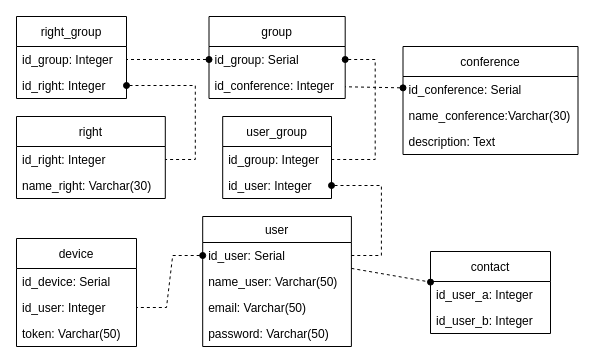
Before: ТОАУ/ЛР4/2.drawio in eldarian-1/pstu, a draw.io diagram. Source tidied: cells renumbered, new cells numbered last; positions are measured from the earlier drawing's top-left corner, leaving out a move shared by most shapes. Both pictures are drawn from the tidied source at 100%, with x=0, y=0 at pixel (16, 16).
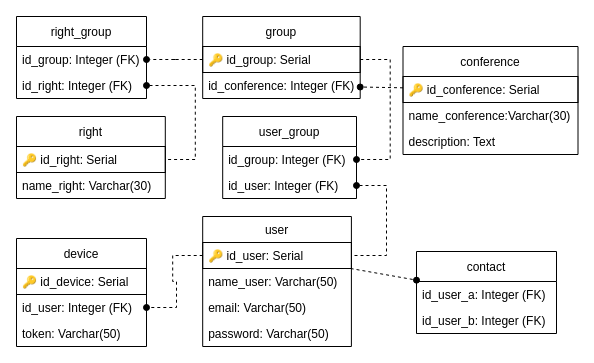
The same diagram, later.

The change refers to these unchanged cells:
```xml
<mxCell id="5" value="user" style="swimlane;fontStyle=0;horizontal=1;startSize=26;fillColor=none;" parent="1" vertex="1">
  <mxGeometry x="186.2" y="200" width="148.7" height="130" as="geometry" />
</mxCell>
<mxCell id="13" value="right" style="swimlane;fontStyle=0;horizontal=1;startSize=30;fillColor=none;" parent="1" vertex="1">
  <mxGeometry y="100" width="148.8" height="82" as="geometry" />
</mxCell>
<mxCell id="20" value="conference" style="swimlane;fontStyle=0;horizontal=1;startSize=30;fillColor=none;" parent="1" vertex="1">
  <mxGeometry x="386.5" y="30" width="175" height="108" as="geometry" />
</mxCell>
```

Change to the diagram source:
```diff
@@
     <mxCell id="2" value="right_group" style="swimlane;fontStyle=0;horizontal=1;startSize=30;fillColor=none;" parent="1" vertex="1">
-      <mxGeometry width="110" height="82" as="geometry" />
+      <mxGeometry width="130" height="82" as="geometry" />
     </mxCell>
-    <mxCell id="3" value="id_group: Integer" style="text;strokeColor=none;fillColor=none;align=left;verticalAlign=top;spacingLeft=4;spacingRight=4;overflow=hidden;points=[[0,0.5],[1,0.5]];portConstraint=eastwest;" parent="2" vertex="1">
-      <mxGeometry y="30" width="110" height="26" as="geometry" />
-    </mxCell>
-    <mxCell id="4" value="id_right: Integer" style="text;strokeColor=none;fillColor=none;align=left;verticalAlign=top;spacingLeft=4;spacingRight=4;overflow=hidden;points=[[0,0.5],[1,0.5]];portConstraint=eastwest;" parent="2" vertex="1">
-      <mxGeometry y="56" width="110" height="26" as="geometry" />
-    </mxCell>
+    <mxCell id="37" value="id_group: Integer (FK)" style="text;strokeColor=none;fillColor=none;align=left;verticalAlign=top;spacingLeft=4;spacingRight=4;overflow=hidden;points=[[0,0.5],[1,0.5]];portConstraint=eastwest;" parent="2" vertex="1">
+      <mxGeometry y="30" width="130" height="26" as="geometry" />
+    </mxCell>
+    <mxCell id="38" value="id_right: Integer (FK)" style="text;strokeColor=none;fillColor=none;align=left;verticalAlign=top;spacingLeft=4;spacingRight=4;overflow=hidden;points=[[0,0.5],[1,0.5]];portConstraint=eastwest;" parent="2" vertex="1">
+      <mxGeometry y="56" width="130" height="26" as="geometry" />
+    </mxCell>
@@
-    <mxCell id="6" value="id_user: Serial" style="text;strokeColor=none;fillColor=none;align=left;verticalAlign=top;spacingLeft=4;spacingRight=4;overflow=hidden;points=[[0,0.5],[1,0.5]];portConstraint=eastwest;" parent="5" vertex="1">
-      <mxGeometry y="26" width="148.7" height="26" as="geometry" />
-    </mxCell>
+    <mxCell id="39" value="🔑 id_user: Serial" style="text;strokeColor=default;fillColor=none;align=left;verticalAlign=top;spacingLeft=4;spacingRight=4;overflow=hidden;points=[[0,0.5],[1,0.5]];portConstraint=eastwest;" parent="5" vertex="1">
+      <mxGeometry y="26" width="148.7" height="26" as="geometry" />
+    </mxCell>
@@
     <mxCell id="10" value="contact" style="swimlane;fontStyle=0;horizontal=1;startSize=30;fillColor=none;" parent="1" vertex="1">
-      <mxGeometry x="414" y="235" width="120" height="82" as="geometry" />
+      <mxGeometry x="400" y="235" width="140" height="82" as="geometry" />
     </mxCell>
-    <mxCell id="11" value="id_user_a: Integer" style="text;strokeColor=none;fillColor=none;align=left;verticalAlign=top;spacingLeft=4;spacingRight=4;overflow=hidden;" parent="10" vertex="1">
-      <mxGeometry y="30" width="120" height="26" as="geometry" />
-    </mxCell>
-    <mxCell id="12" value="id_user_b: Integer" style="text;strokeColor=none;fillColor=none;align=left;verticalAlign=top;spacingLeft=4;spacingRight=4;overflow=hidden;" parent="10" vertex="1">
-      <mxGeometry y="56" width="120" height="26" as="geometry" />
-    </mxCell>
+    <mxCell id="40" value="id_user_a: Integer (FK)" style="text;strokeColor=none;fillColor=none;align=left;verticalAlign=top;spacingLeft=4;spacingRight=4;overflow=hidden;" parent="10" vertex="1">
+      <mxGeometry y="30" width="140" height="26" as="geometry" />
+    </mxCell>
+    <mxCell id="41" value="id_user_b: Integer (FK)" style="text;strokeColor=none;fillColor=none;align=left;verticalAlign=top;spacingLeft=4;spacingRight=4;overflow=hidden;" parent="10" vertex="1">
+      <mxGeometry y="56" width="140" height="26" as="geometry" />
+    </mxCell>
@@
-    <mxCell id="14" value="id_right: Integer" style="text;strokeColor=none;fillColor=none;align=left;verticalAlign=top;spacingLeft=4;spacingRight=4;overflow=hidden;points=[[0,0.5],[1,0.5]];portConstraint=eastwest;" parent="13" vertex="1">
-      <mxGeometry y="30" width="148.8" height="26" as="geometry" />
-    </mxCell>
+    <mxCell id="42" value="🔑 id_right: Serial" style="text;strokeColor=default;fillColor=none;align=left;verticalAlign=top;spacingLeft=4;spacingRight=4;overflow=hidden;points=[[0,0.5],[1,0.5]];portConstraint=eastwest;" parent="13" vertex="1">
+      <mxGeometry y="30" width="148.8" height="26" as="geometry" />
+    </mxCell>
@@
     <mxCell id="16" value="device" style="swimlane;fontStyle=0;horizontal=1;startSize=30;fillColor=none;" parent="1" vertex="1">
-      <mxGeometry y="222" width="120" height="108" as="geometry" />
+      <mxGeometry y="222" width="130" height="108" as="geometry" />
     </mxCell>
-    <mxCell id="17" value="id_device: Serial" style="text;strokeColor=none;fillColor=none;align=left;verticalAlign=top;spacingLeft=4;spacingRight=4;overflow=hidden;" parent="16" vertex="1">
-      <mxGeometry y="30" width="120" height="26" as="geometry" />
-    </mxCell>
-    <mxCell id="18" value="id_user: Integer" style="text;strokeColor=none;fillColor=none;align=left;verticalAlign=top;spacingLeft=4;spacingRight=4;overflow=hidden;points=[[0,0.5],[1,0.5]];portConstraint=eastwest;" parent="16" vertex="1">
-      <mxGeometry y="56" width="120" height="26" as="geometry" />
-    </mxCell>
+    <mxCell id="43" value="🔑 id_device: Serial" style="text;strokeColor=default;fillColor=none;align=left;verticalAlign=top;spacingLeft=4;spacingRight=4;overflow=hidden;" parent="16" vertex="1">
+      <mxGeometry y="30" width="130" height="26" as="geometry" />
+    </mxCell>
+    <mxCell id="44" value="id_user: Integer (FK)" style="text;strokeColor=none;fillColor=none;align=left;verticalAlign=top;spacingLeft=4;spacingRight=4;overflow=hidden;points=[[0,0.5],[1,0.5]];portConstraint=eastwest;" parent="16" vertex="1">
+      <mxGeometry y="56" width="130" height="26" as="geometry" />
+    </mxCell>
     <mxCell id="19" value="token: Varchar(50)" style="text;strokeColor=none;fillColor=none;align=left;verticalAlign=top;spacingLeft=4;spacingRight=4;overflow=hidden;" parent="16" vertex="1">
-      <mxGeometry y="82" width="120" height="26" as="geometry" />
+      <mxGeometry y="82" width="130" height="26" as="geometry" />
     </mxCell>
@@
-    <mxCell id="21" value="id_conference: Serial" style="text;strokeColor=none;fillColor=none;align=left;verticalAlign=top;spacingLeft=4;spacingRight=4;overflow=hidden;points=[[0,0.5],[1,0.5]];portConstraint=eastwest;" parent="20" vertex="1">
-      <mxGeometry y="30" width="175" height="26" as="geometry" />
-    </mxCell>
+    <mxCell id="45" value="🔑 id_conference: Serial" style="text;strokeColor=default;fillColor=none;align=left;verticalAlign=top;spacingLeft=4;spacingRight=4;overflow=hidden;points=[[0,0.5],[1,0.5]];portConstraint=eastwest;" parent="20" vertex="1">
+      <mxGeometry y="30" width="175" height="26" as="geometry" />
+    </mxCell>
@@
     <mxCell id="24" value="user_group" style="swimlane;fontStyle=0;horizontal=1;startSize=30;fillColor=none;" parent="1" vertex="1">
-      <mxGeometry x="206.2" y="100" width="108.8" height="82" as="geometry" />
+      <mxGeometry x="206.2" y="100" width="133.8" height="82" as="geometry" />
     </mxCell>
-    <mxCell id="25" value="id_group: Integer" style="text;strokeColor=none;fillColor=none;align=left;verticalAlign=top;spacingLeft=4;spacingRight=4;overflow=hidden;points=[[0,0.5],[1,0.5]];portConstraint=eastwest;" parent="24" vertex="1">
-      <mxGeometry y="30" width="108.8" height="26" as="geometry" />
-    </mxCell>
-    <mxCell id="26" value="id_user: Integer" style="text;strokeColor=none;fillColor=none;align=left;verticalAlign=top;spacingLeft=4;spacingRight=4;overflow=hidden;points=[[0,0.5],[1,0.5]];portConstraint=eastwest;" parent="24" vertex="1">
-      <mxGeometry y="56" width="108.8" height="26" as="geometry" />
-    </mxCell>
+    <mxCell id="46" value="id_group: Integer (FK)" style="text;strokeColor=none;fillColor=none;align=left;verticalAlign=top;spacingLeft=4;spacingRight=4;overflow=hidden;points=[[0,0.5],[1,0.5]];portConstraint=eastwest;" parent="24" vertex="1">
+      <mxGeometry y="30" width="133.8" height="26" as="geometry" />
+    </mxCell>
+    <mxCell id="47" value="id_user: Integer (FK)" style="text;strokeColor=none;fillColor=none;align=left;verticalAlign=top;spacingLeft=4;spacingRight=4;overflow=hidden;points=[[0,0.5],[1,0.5]];portConstraint=eastwest;" parent="24" vertex="1">
+      <mxGeometry y="56" width="133.8" height="26" as="geometry" />
+    </mxCell>
     <mxCell id="27" value="group" style="swimlane;fontStyle=0;horizontal=1;startSize=30;fillColor=none;" parent="1" vertex="1">
-      <mxGeometry x="192.5" width="136.2" height="82" as="geometry" />
+      <mxGeometry x="186.2" width="157.5" height="82" as="geometry" />
     </mxCell>
-    <mxCell id="28" value="id_group: Serial" style="text;strokeColor=none;fillColor=none;align=left;verticalAlign=top;spacingLeft=4;spacingRight=4;overflow=hidden;points=[[0,0.5],[1,0.5]];portConstraint=eastwest;" parent="27" vertex="1">
-      <mxGeometry y="30" width="136.2" height="26" as="geometry" />
-    </mxCell>
-    <mxCell id="29" value="id_conference: Integer" style="text;strokeColor=none;fillColor=none;align=left;verticalAlign=top;spacingLeft=4;spacingRight=4;overflow=hidden;points=[[0,0.5],[1,0.5]];portConstraint=eastwest;" parent="27" vertex="1">
-      <mxGeometry y="56" width="136.2" height="26" as="geometry" />
-    </mxCell>
-    <mxCell id="30" style="fontSize=12;html=1;endArrow=none;startArrow=oval;rounded=0;startFill=1;endFill=0;dashed=1;" parent="1" edge="1" source="21" target="29">
-      <mxGeometry relative="1" as="geometry" />
-    </mxCell>
-    <mxCell id="31" style="edgeStyle=entityRelationEdgeStyle;fontSize=12;html=1;endArrow=none;startArrow=oval;rounded=0;startFill=1;endFill=0;dashed=1;" parent="1" edge="1" source="28" target="3">
-      <mxGeometry relative="1" as="geometry" />
-    </mxCell>
-    <mxCell id="32" style="edgeStyle=entityRelationEdgeStyle;fontSize=12;html=1;endArrow=none;startArrow=oval;rounded=0;startFill=1;endFill=0;dashed=1;" parent="1" edge="1" source="28" target="25">
-      <mxGeometry relative="1" as="geometry" />
-    </mxCell>
-    <mxCell id="33" style="edgeStyle=entityRelationEdgeStyle;fontSize=12;html=1;endArrow=none;startArrow=oval;rounded=0;startFill=1;endFill=0;dashed=1;" parent="1" edge="1" source="26" target="6">
-      <mxGeometry relative="1" as="geometry" />
-    </mxCell>
-    <mxCell id="34" style="edgeStyle=entityRelationEdgeStyle;fontSize=12;html=1;endArrow=none;startArrow=oval;rounded=0;startFill=1;endFill=0;dashed=1;" parent="1" edge="1" source="4" target="14">
-      <mxGeometry relative="1" as="geometry" />
-    </mxCell>
-    <mxCell id="35" style="fontSize=12;html=1;endArrow=oval;startArrow=none;rounded=0;startFill=0;dashed=1;endFill=1;" parent="1" edge="1" source="6" target="10">
-      <mxGeometry relative="1" as="geometry" />
-    </mxCell>
-    <mxCell id="36" style="edgeStyle=entityRelationEdgeStyle;fontSize=12;html=1;endArrow=none;startArrow=oval;rounded=0;startFill=1;endFill=0;dashed=1;" parent="1" edge="1" source="6" target="18">
-      <mxGeometry relative="1" as="geometry" />
-    </mxCell>
+    <mxCell id="48" value="🔑 id_group: Serial" style="text;strokeColor=default;fillColor=none;align=left;verticalAlign=top;spacingLeft=4;spacingRight=4;overflow=hidden;points=[[0,0.5],[1,0.5]];portConstraint=eastwest;" parent="27" vertex="1">
+      <mxGeometry y="30" width="157.5" height="26" as="geometry" />
+    </mxCell>
+    <mxCell id="49" value="id_conference: Integer (FK)" style="text;strokeColor=none;fillColor=none;align=left;verticalAlign=top;spacingLeft=4;spacingRight=4;overflow=hidden;points=[[0,0.5],[1,0.5]];portConstraint=eastwest;" parent="27" vertex="1">
+      <mxGeometry y="56" width="157.5" height="26" as="geometry" />
+    </mxCell>
+    <mxCell id="50" style="fontSize=12;html=1;endArrow=oval;startArrow=none;rounded=0;startFill=0;endFill=1;dashed=1;" parent="1" edge="1" source="45" target="49">
+      <mxGeometry relative="1" as="geometry" />
+    </mxCell>
+    <mxCell id="51" style="edgeStyle=entityRelationEdgeStyle;fontSize=12;html=1;endArrow=oval;startArrow=none;rounded=0;startFill=0;endFill=1;dashed=1;" parent="1" edge="1" source="48" target="37">
+      <mxGeometry relative="1" as="geometry" />
+    </mxCell>
+    <mxCell id="52" style="edgeStyle=entityRelationEdgeStyle;fontSize=12;html=1;endArrow=oval;startArrow=none;rounded=0;startFill=0;endFill=1;dashed=1;" parent="1" edge="1" source="48" target="46">
+      <mxGeometry relative="1" as="geometry" />
+    </mxCell>
+    <mxCell id="53" style="edgeStyle=entityRelationEdgeStyle;fontSize=12;html=1;endArrow=none;startArrow=oval;rounded=0;startFill=1;endFill=0;dashed=1;" parent="1" edge="1" source="47" target="39">
+      <mxGeometry relative="1" as="geometry" />
+    </mxCell>
+    <mxCell id="54" style="edgeStyle=entityRelationEdgeStyle;fontSize=12;html=1;endArrow=none;startArrow=oval;rounded=0;startFill=1;endFill=0;dashed=1;" parent="1" edge="1" source="38" target="42">
+      <mxGeometry relative="1" as="geometry" />
+    </mxCell>
+    <mxCell id="55" style="fontSize=12;html=1;endArrow=oval;startArrow=none;rounded=0;startFill=0;dashed=1;endFill=1;" parent="1" edge="1" source="39" target="10">
+      <mxGeometry relative="1" as="geometry" />
+    </mxCell>
+    <mxCell id="56" style="edgeStyle=entityRelationEdgeStyle;fontSize=12;html=1;endArrow=oval;startArrow=none;rounded=0;startFill=0;endFill=1;dashed=1;" parent="1" edge="1" source="39" target="44">
+      <mxGeometry relative="1" as="geometry" />
+    </mxCell>
```
